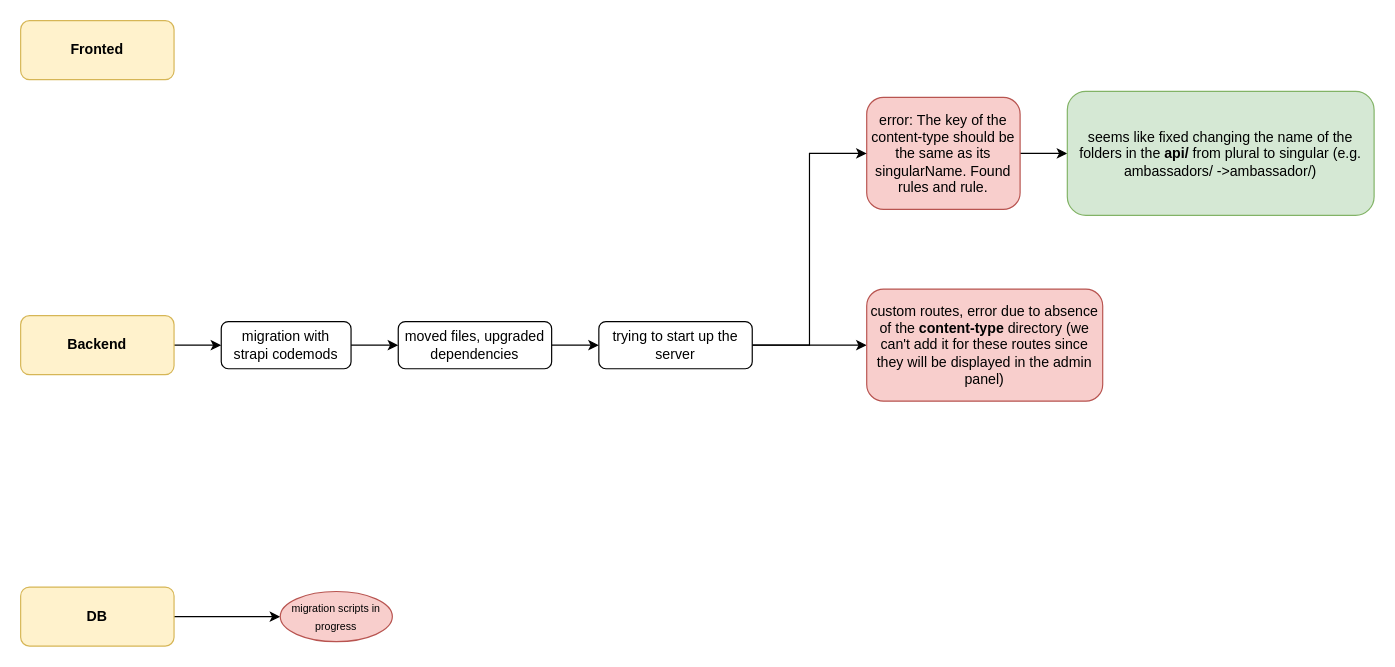
This is strapi-v3-to-v4-migration.drawio from alumedot/diagrams, a draw.io file, before an edit. Source tidied: cells renumbered, new cells numbered last; positions are measured from the earlier drawing's top-left corner, leaving out a move shared by most shapes. Both pictures are drawn from the tidied source at 118%, with x=0, y=0 at pixel (20, 20).
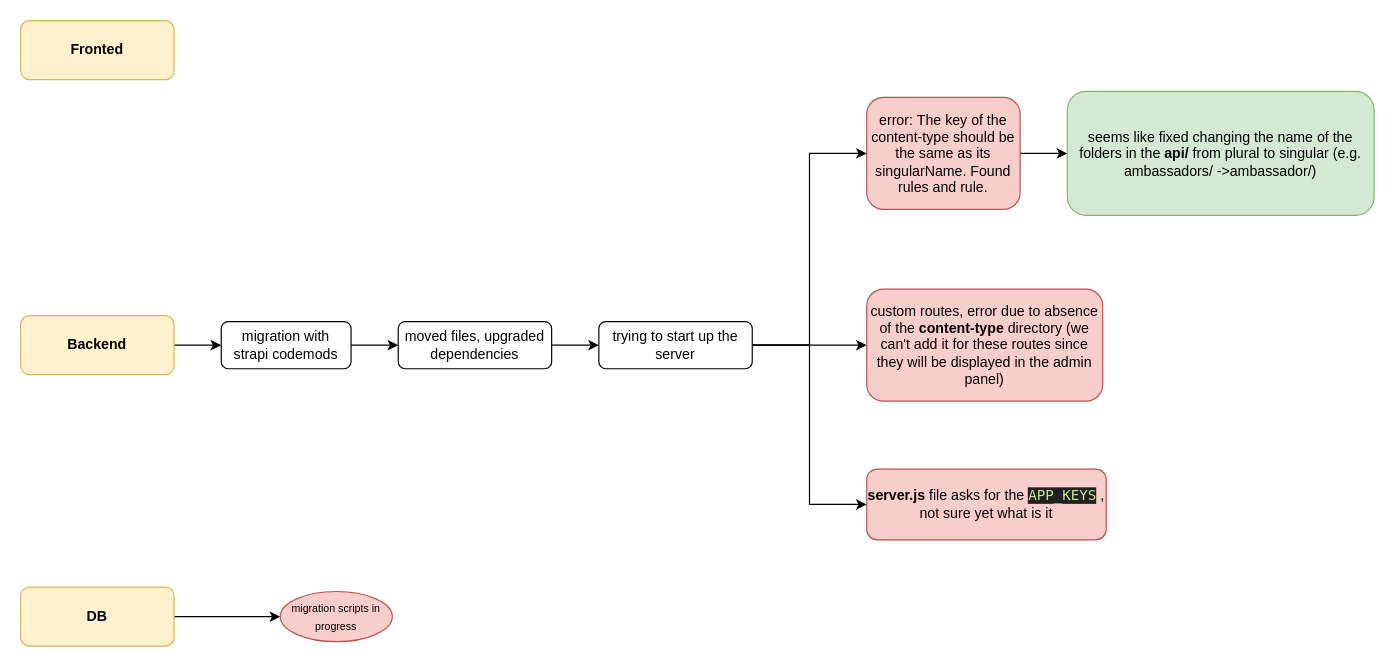
The same diagram, later.

Unchanged cells that the change refers to:
```xml
<mxCell id="17" value="trying to start up the server" style="rounded=1;whiteSpace=wrap;html=1;strokeColor=default;" parent="1" vertex="1">
  <mxGeometry x="490" y="255" width="130" height="40" as="geometry" />
</mxCell>
```

Change to the diagram source:
```diff
@@
+    <mxCell id="19" style="edgeStyle=orthogonalEdgeStyle;rounded=0;jettySize=auto;html=1;exitX=1;exitY=0.5;exitDx=0;exitDy=0;entryX=0;entryY=0.5;entryDx=0;entryDy=0;fontSize=9;" parent="1" edge="1" source="17" target="20">
+      <mxGeometry relative="1" as="geometry" />
+    </mxCell>
@@
+    <mxCell id="20" value="&lt;b&gt;server.js&lt;/b&gt; file asks for the&amp;nbsp;&lt;span style=&quot;color: rgb(195 , 232 , 141) ; background-color: rgb(33 , 33 , 33) ; font-family: &amp;#34;menlo&amp;#34; , monospace ; font-size: 9pt&quot;&gt;APP_KEYS&lt;/span&gt;&lt;span&gt;&amp;nbsp;, not sure yet what is it&lt;/span&gt;" style="rounded=1;whiteSpace=wrap;html=1;strokeColor=#b85450;fillColor=#f8cecc;" parent="1" vertex="1">
+      <mxGeometry x="717" y="380" width="203" height="60" as="geometry" />
+    </mxCell>
```
